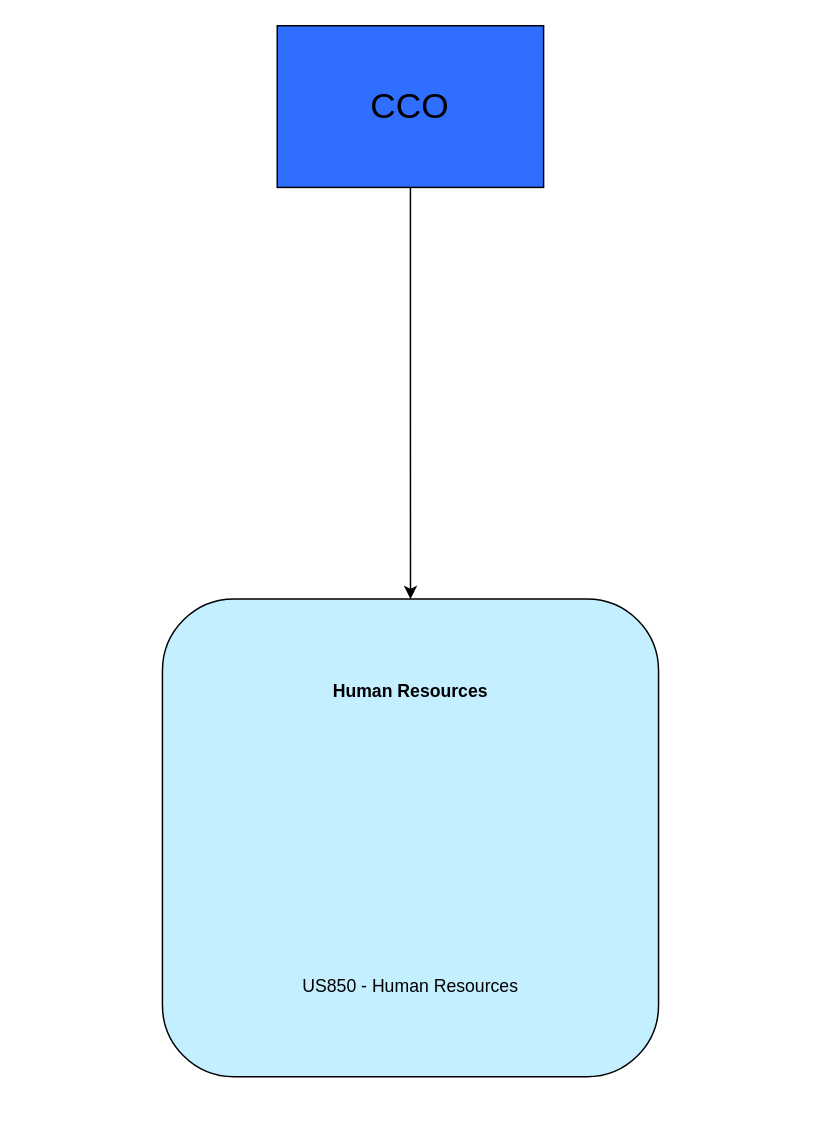
Before: page "CCO" (6 of 6) of Adaptive_org_classification.drawio in PhoenixTagal/Haku, a draw.io diagram. Source tidied: cells renumbered, new cells numbered last; positions are measured from the earlier drawing's top-left corner, leaving out a move shared by most shapes. Both pictures are drawn from the tidied source at 147%, with x=0, y=0 at pixel (162, 25).
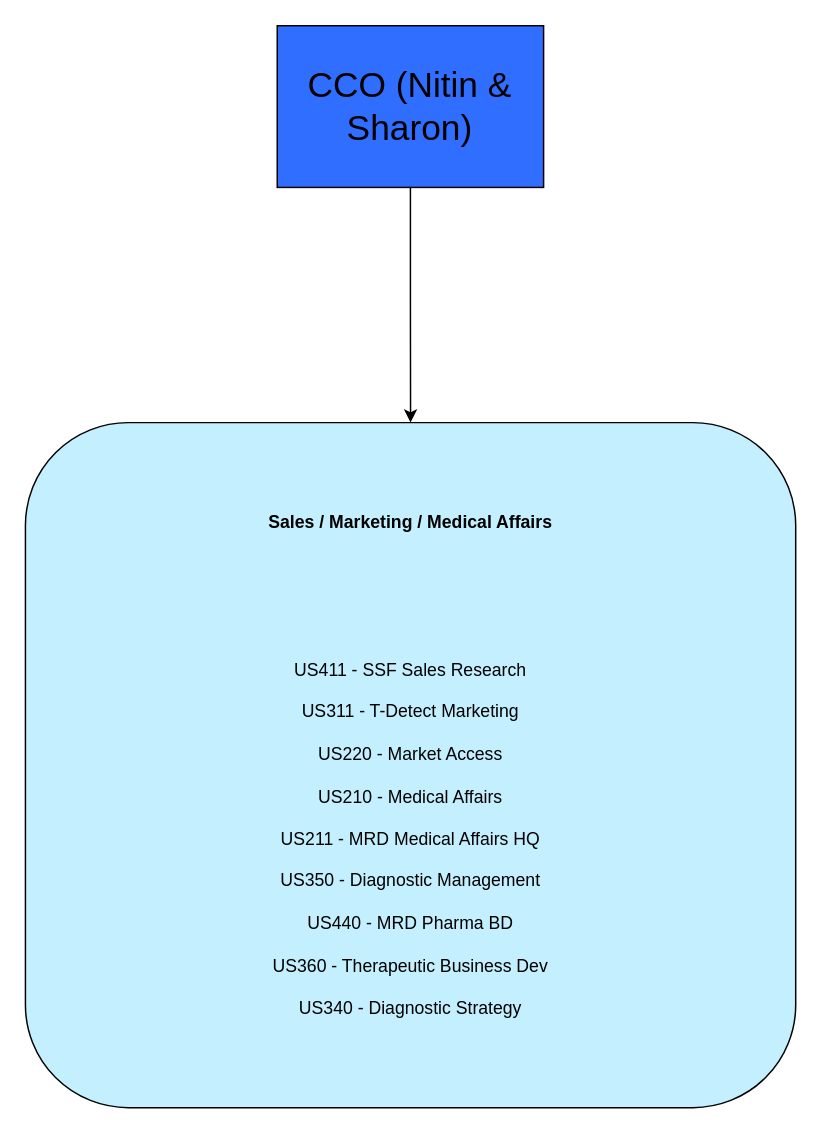
The same page after the edit.

What changed in the source:
```diff
@@
 <mxGraphModel>
   <root>
     <mxCell id="0" />
     <mxCell id="1" parent="0" />
     <mxCell id="2" style="edgeStyle=orthogonalEdgeStyle;rounded=0;jettySize=auto;html=1;exitX=0.5;exitY=1;exitDx=0;exitDy=0;entryX=0.5;entryY=0;entryDx=0;entryDy=0;" parent="1" edge="1" source="3" target="4">
       <mxGeometry relative="1" as="geometry" />
     </mxCell>
-    <mxCell id="3" value="&lt;font style=&quot;font-size: 24px;&quot;&gt;CCO&lt;/font&gt;" style="rounded=0;whiteSpace=wrap;html=1;fillColor=#306EFF;" parent="1" vertex="1">
+    <mxCell id="3" value="&lt;font style=&quot;font-size: 24px;&quot;&gt;CCO (Nitin &amp;amp; Sharon)&lt;/font&gt;" style="rounded=0;whiteSpace=wrap;html=1;fillColor=#306EFF;" parent="1" vertex="1">
       <mxGeometry x="78.1" width="181.2" height="110" as="geometry" />
     </mxCell>
-    <mxCell id="4" value="&lt;b&gt;Human Resources&lt;/b&gt;&lt;br&gt;&lt;br&gt;&lt;br&gt;&lt;br&gt;&lt;br&gt;&lt;br&gt;&lt;br&gt;&lt;br&gt;&lt;br&gt;&lt;br&gt;&lt;br&gt;&lt;br&gt;&lt;br&gt;&lt;br&gt;US850 - Human Resources" style="rounded=1;whiteSpace=wrap;html=1;fillColor=#C4EFFF;" parent="1" vertex="1">
-      <mxGeometry y="390" width="337.5" height="325" as="geometry" />
+    <mxCell id="4" value="&lt;b&gt;Sales / Marketing / Medical Affairs&lt;/b&gt;&lt;br&gt;&lt;br&gt;&lt;br&gt;&lt;br&gt;&lt;br&gt;&lt;br&gt;&lt;br&gt;US411 - SSF Sales Research&lt;br&gt;&lt;br&gt;US311 - T-Detect Marketing&lt;br&gt;&lt;br&gt;US220 - Market Access&lt;br&gt;&lt;br&gt;US210 - Medical Affairs&lt;br&gt;&lt;br&gt;US211 - MRD Medical Affairs HQ&lt;br&gt;&lt;br&gt;US350 - Diagnostic Management&lt;br&gt;&lt;br&gt;US440 - MRD Pharma BD&lt;br&gt;&lt;br&gt;US360 - Therapeutic Business Dev&lt;br&gt;&lt;br&gt;US340 - Diagnostic Strategy" style="rounded=1;whiteSpace=wrap;html=1;fillColor=#C4EFFF;" parent="1" vertex="1">
+      <mxGeometry x="-93.2" y="270" width="524" height="466" as="geometry" />
     </mxCell>
   </root>
 </mxGraphModel>
```
